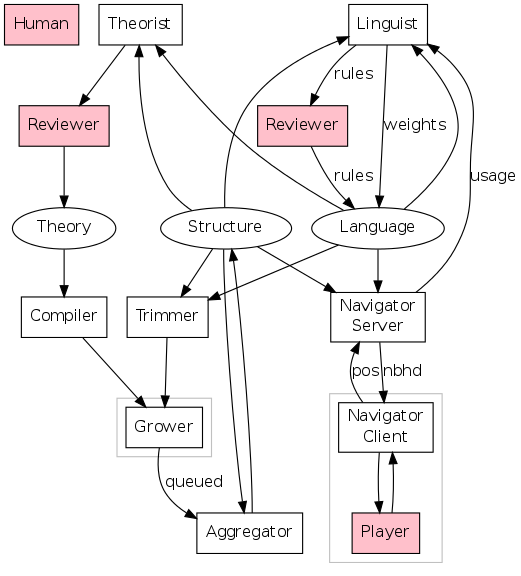
The Graphviz diagram doc/architecture.png in fritzo/pomagma, before a commit. Its source is kept beside it as doc/architecture.dot.
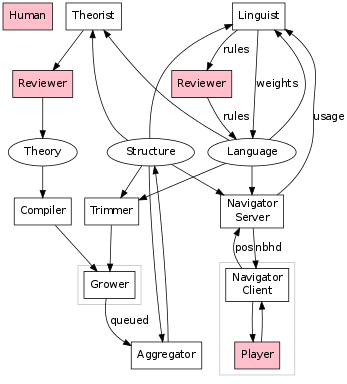
After the change.

What changed in the source:
```diff
@@ -1,6 +1,6 @@
 digraph G {
 	overlap=false;
-	size="6,6";
+	size="4,4";
 
 	node [shape=box];
 	Human [style=filled, fillcolor=pink];
```
